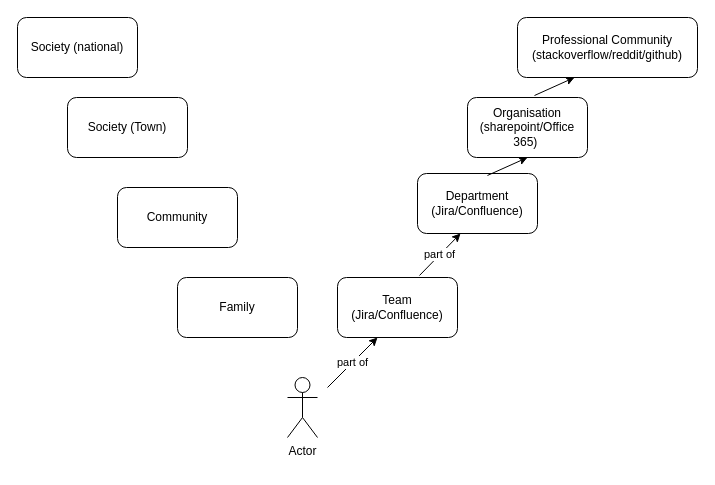
Before: Untitled Diagram.drawio in AlexMikhalev/alexmikhalev.github.io, a draw.io diagram. Source tidied: cells renumbered, new cells numbered last; positions are measured from the earlier drawing's top-left corner, leaving out a move shared by most shapes. Both pictures are drawn from the tidied source at 100%, with x=0, y=0 at pixel (17, 17).
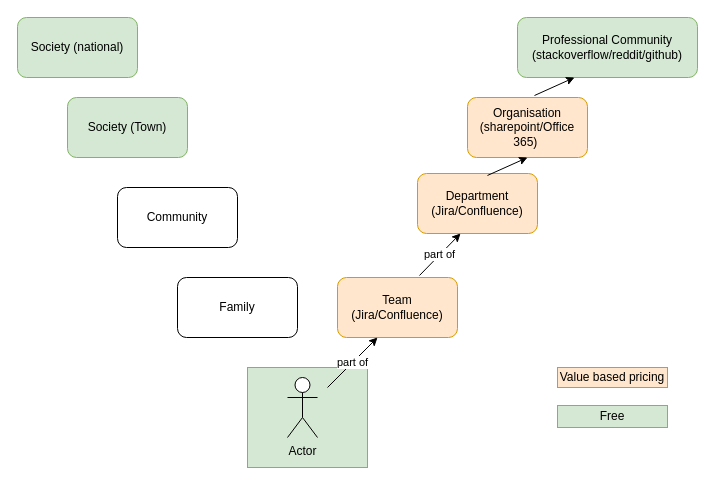
After the change.

What changed in the source:
```diff
@@
+    <mxCell id="15" style="rounded=0;whiteSpace=wrap;html=1;fillColor=#d5e8d4;strokeColor=#82b366;" parent="1" vertex="1">
+      <mxGeometry x="230" y="350" width="120" height="100" as="geometry" />
+    </mxCell>
@@
-    <mxCell id="5" value="Society (national)" style="rounded=1;whiteSpace=wrap;html=1;" parent="1" vertex="1">
+    <mxCell id="5" value="Society (national)" style="rounded=1;whiteSpace=wrap;html=1;fillColor=#d5e8d4;strokeColor=#82b366;" parent="1" vertex="1">
       <mxGeometry width="120" height="60" as="geometry" />
     </mxCell>
-    <mxCell id="6" value="Team (Jira/Confluence)" style="rounded=1;whiteSpace=wrap;html=1;" parent="1" vertex="1">
+    <mxCell id="6" value="Team (Jira/Confluence)" style="rounded=1;whiteSpace=wrap;html=1;fillColor=#ffe6cc;strokeColor=#d79b00;" parent="1" vertex="1">
       <mxGeometry x="320" y="260" width="120" height="60" as="geometry" />
     </mxCell>
-    <mxCell id="7" value="Department (Jira/Confluence)" style="rounded=1;whiteSpace=wrap;html=1;" parent="1" vertex="1">
+    <mxCell id="7" value="Department (Jira/Confluence)" style="rounded=1;whiteSpace=wrap;html=1;fillColor=#ffe6cc;strokeColor=#d79b00;" parent="1" vertex="1">
       <mxGeometry x="400" y="156" width="120" height="60" as="geometry" />
     </mxCell>
-    <mxCell id="8" value="Organisation (sharepoint/Office 365)&amp;nbsp;" style="rounded=1;whiteSpace=wrap;html=1;" parent="1" vertex="1">
+    <mxCell id="8" value="Organisation (sharepoint/Office 365)&amp;nbsp;" style="rounded=1;whiteSpace=wrap;html=1;fillColor=#ffe6cc;strokeColor=#d79b00;" parent="1" vertex="1">
       <mxGeometry x="450" y="80" width="120" height="60" as="geometry" />
     </mxCell>
-    <mxCell id="9" value="Professional Community (stackoverflow/reddit/github)" style="rounded=1;whiteSpace=wrap;html=1;" parent="1" vertex="1">
+    <mxCell id="9" value="Professional Community (stackoverflow/reddit/github)" style="rounded=1;whiteSpace=wrap;html=1;fillColor=#d5e8d4;strokeColor=#82b366;" parent="1" vertex="1">
       <mxGeometry x="500" width="180" height="60" as="geometry" />
     </mxCell>
-    <mxCell id="10" value="Society (Town)" style="rounded=1;whiteSpace=wrap;html=1;" parent="1" vertex="1">
+    <mxCell id="10" value="Society (Town)" style="rounded=1;whiteSpace=wrap;html=1;fillColor=#d5e8d4;strokeColor=#82b366;" parent="1" vertex="1">
       <mxGeometry x="50" y="80" width="120" height="60" as="geometry" />
     </mxCell>
@@
+    <mxCell id="16" value="Free" style="rounded=0;whiteSpace=wrap;html=1;fillColor=#d5e8d4;strokeColor=#82b366;" parent="1" vertex="1">
+      <mxGeometry x="540" y="388" width="110" height="22" as="geometry" />
+    </mxCell>
+    <mxCell id="17" value="Value based pricing" style="rounded=0;whiteSpace=wrap;html=1;fillColor=#ffe6cc;strokeColor=#d79b00;" parent="1" vertex="1">
+      <mxGeometry x="540" y="350" width="110" height="20" as="geometry" />
+    </mxCell>
```
